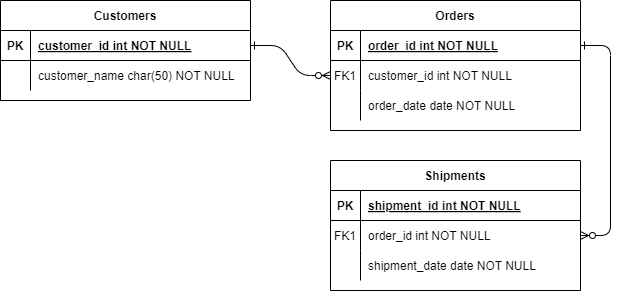
Before: Milestone2/Diagrams/pngs/ERD.drawio.png, a diagram exported from draw.io (SENG-350-2024-fall/Team5). Source tidied: cells renumbered, new cells last; positions are measured from the earlier drawing's top-left corner, leaving out a move shared by most shapes.
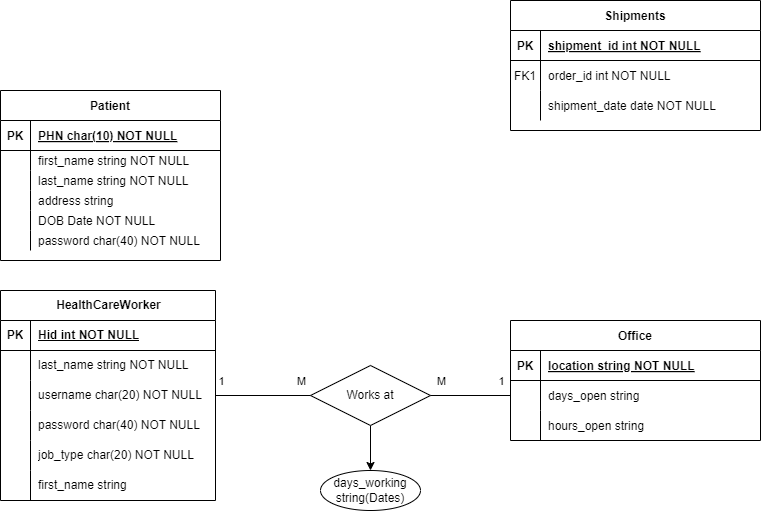
The same file after the commit.

Diff of the diagram source:
```diff
@@ -2,14 +2,8 @@
   <root>
     <mxCell id="0" />
     <mxCell id="1" parent="0" />
-    <mxCell id="2" style="edgeStyle=entityRelationEdgeStyle;endArrow=ERzeroToMany;startArrow=ERone;endFill=1;startFill=0;" parent="1" edge="1" source="25" target="8">
-      <mxGeometry relative="1" as="geometry" />
-    </mxCell>
-    <mxCell id="3" style="edgeStyle=entityRelationEdgeStyle;endArrow=ERzeroToMany;startArrow=ERone;endFill=1;startFill=0;" parent="1" edge="1" source="5" target="18">
-      <mxGeometry relative="1" as="geometry" />
-    </mxCell>
-    <mxCell id="4" value="Orders" style="shape=table;startSize=30;rowLines=0;fontStyle=1;align=center;" parent="1" vertex="1">
-      <mxGeometry x="330" width="250" height="130" as="geometry" />
+    <mxCell id="4" value="Office" style="shape=table;startSize=30;rowLines=0;fontStyle=1;align=center;" parent="1" vertex="1">
+      <mxGeometry x="420" y="140" width="250" height="120" as="geometry" />
     </mxCell>
     <mxCell id="5" style="shape=partialRectangle;fillColor=none;points=[[0,0.5],[1,0.5]];portConstraint=eastwest;top=0;left=0;right=0;bottom=1;" parent="4" vertex="1">
       <mxGeometry y="30" width="250" height="30" as="geometry" />
@@ -17,16 +11,16 @@
     <mxCell id="6" value="PK" style="shape=partialRectangle;overflow=hidden;fillColor=none;top=0;left=0;bottom=0;right=0;fontStyle=1;" parent="5" vertex="1">
       <mxGeometry width="30" height="30" as="geometry" />
     </mxCell>
-    <mxCell id="7" value="order_id int NOT NULL " style="shape=partialRectangle;overflow=hidden;fillColor=none;top=0;left=0;bottom=0;right=0;align=left;spacingLeft=6;fontStyle=5;" parent="5" vertex="1">
+    <mxCell id="7" value="location string NOT NULL" style="shape=partialRectangle;overflow=hidden;fillColor=none;top=0;left=0;bottom=0;right=0;align=left;spacingLeft=6;fontStyle=5;" parent="5" vertex="1">
       <mxGeometry x="30" width="220" height="30" as="geometry" />
     </mxCell>
     <mxCell id="8" style="shape=partialRectangle;fillColor=none;points=[[0,0.5],[1,0.5]];portConstraint=eastwest;top=0;left=0;right=0;bottom=0;" parent="4" vertex="1">
       <mxGeometry y="60" width="250" height="30" as="geometry" />
     </mxCell>
-    <mxCell id="9" value="FK1" style="shape=partialRectangle;overflow=hidden;fillColor=none;top=0;left=0;bottom=0;right=0;" parent="8" vertex="1">
+    <mxCell id="9" style="shape=partialRectangle;overflow=hidden;fillColor=none;top=0;left=0;bottom=0;right=0;" parent="8" vertex="1">
       <mxGeometry width="30" height="30" as="geometry" />
     </mxCell>
-    <mxCell id="10" value="customer_id int NOT NULL" style="shape=partialRectangle;overflow=hidden;fillColor=none;top=0;left=0;bottom=0;right=0;align=left;spacingLeft=6;" parent="8" vertex="1">
+    <mxCell id="10" value="days_open string" style="shape=partialRectangle;overflow=hidden;fillColor=none;top=0;left=0;bottom=0;right=0;align=left;spacingLeft=6;" parent="8" vertex="1">
       <mxGeometry x="30" width="220" height="30" as="geometry" />
     </mxCell>
     <mxCell id="11" style="shape=partialRectangle;fillColor=none;top=0;left=0;right=0;bottom=0;" parent="4" vertex="1">
@@ -35,11 +29,11 @@
     <mxCell id="12" style="shape=partialRectangle;overflow=hidden;fillColor=none;top=0;left=0;bottom=0;right=0;" parent="11" vertex="1">
       <mxGeometry width="30" height="30" as="geometry" />
     </mxCell>
-    <mxCell id="13" value="order_date date NOT NULL" style="shape=partialRectangle;overflow=hidden;fillColor=none;top=0;left=0;bottom=0;right=0;align=left;spacingLeft=6;" parent="11" vertex="1">
-      <mxGeometry x="30" width="220" height="30" as="geometry" />
-    </mxCell>
+    <mxCell id="31" value="hours_open string" style="shape=partialRectangle;overflow=hidden;fillColor=none;top=0;left=0;bottom=0;right=0;align=left;spacingLeft=6;" parent="11" vertex="1">
+      <mxGeometry x="30" width="220" height="30" as="geometry" />
+    </mxCell>
     <mxCell id="14" value="Shipments" style="shape=table;startSize=30;rowLines=0;fontStyle=1;align=center;" parent="1" vertex="1">
-      <mxGeometry x="330" y="160" width="250" height="130" as="geometry" />
+      <mxGeometry x="420" y="-180" width="250" height="130" as="geometry" />
     </mxCell>
     <mxCell id="15" style="shape=partialRectangle;fillColor=none;top=0;left=0;right=0;bottom=1;" parent="14" vertex="1">
       <mxGeometry y="30" width="250" height="30" as="geometry" />
@@ -68,26 +62,154 @@
     <mxCell id="23" value="shipment_date date NOT NULL" style="shape=partialRectangle;overflow=hidden;fillColor=none;top=0;left=0;bottom=0;right=0;align=left;spacingLeft=6;" parent="21" vertex="1">
       <mxGeometry x="30" width="220" height="30" as="geometry" />
     </mxCell>
-    <mxCell id="24" value="Customers" style="shape=table;startSize=30;rowLines=0;fontStyle=1;align=center;" parent="1" vertex="1">
-      <mxGeometry width="250" height="100" as="geometry" />
+    <mxCell id="24" value="Patient" style="shape=table;startSize=30;rowLines=0;fontStyle=1;align=center;" parent="1" vertex="1">
+      <mxGeometry x="-90" y="-90" width="220" height="170" as="geometry" />
     </mxCell>
     <mxCell id="25" style="shape=partialRectangle;fillColor=none;points=[[0,0.5],[1,0.5]];portConstraint=eastwest;top=0;left=0;right=0;bottom=1;" parent="24" vertex="1">
-      <mxGeometry y="30" width="250" height="30" as="geometry" />
+      <mxGeometry y="30" width="220" height="30" as="geometry" />
     </mxCell>
     <mxCell id="26" value="PK" style="shape=partialRectangle;overflow=hidden;fillColor=none;top=0;left=0;bottom=0;right=0;fontStyle=1;" parent="25" vertex="1">
       <mxGeometry width="30" height="30" as="geometry" />
     </mxCell>
-    <mxCell id="27" value="customer_id int NOT NULL " style="shape=partialRectangle;overflow=hidden;fillColor=none;top=0;left=0;bottom=0;right=0;align=left;spacingLeft=6;fontStyle=5;" parent="25" vertex="1">
-      <mxGeometry x="30" width="220" height="30" as="geometry" />
+    <mxCell id="27" value="PHN char(10) NOT NULL" style="shape=partialRectangle;overflow=hidden;fillColor=none;top=0;left=0;bottom=0;right=0;align=left;spacingLeft=6;fontStyle=5;" parent="25" vertex="1">
+      <mxGeometry x="30" width="190" height="30" as="geometry" />
     </mxCell>
     <mxCell id="28" style="shape=partialRectangle;fillColor=none;top=0;left=0;right=0;bottom=0;" parent="24" vertex="1">
-      <mxGeometry y="60" width="250" height="30" as="geometry" />
+      <mxGeometry y="60" width="220" height="20" as="geometry" />
     </mxCell>
     <mxCell id="29" style="shape=partialRectangle;overflow=hidden;fillColor=none;top=0;left=0;bottom=0;right=0;" parent="28" vertex="1">
-      <mxGeometry width="30" height="30" as="geometry" />
+      <mxGeometry width="30" height="20" as="geometry" />
     </mxCell>
-    <mxCell id="30" value="customer_name char(50) NOT NULL" style="shape=partialRectangle;overflow=hidden;fillColor=none;top=0;left=0;bottom=0;right=0;align=left;spacingLeft=6;" parent="28" vertex="1">
-      <mxGeometry x="30" width="220" height="30" as="geometry" />
+    <mxCell id="30" value="first_name string NOT NULL" style="shape=partialRectangle;overflow=hidden;fillColor=none;top=0;left=0;bottom=0;right=0;align=left;spacingLeft=6;" parent="28" vertex="1">
+      <mxGeometry x="30" width="190" height="20" as="geometry" />
     </mxCell>
+    <mxCell id="32" style="shape=partialRectangle;fillColor=none;top=0;left=0;right=0;bottom=0;" parent="24" vertex="1">
+      <mxGeometry y="80" width="220" height="20" as="geometry" />
+    </mxCell>
+    <mxCell id="33" style="shape=partialRectangle;overflow=hidden;fillColor=none;top=0;left=0;bottom=0;right=0;" parent="32" vertex="1">
+      <mxGeometry width="30" height="20" as="geometry" />
+    </mxCell>
+    <mxCell id="34" value="last_name string NOT NULL" style="shape=partialRectangle;overflow=hidden;fillColor=none;top=0;left=0;bottom=0;right=0;align=left;spacingLeft=6;" parent="32" vertex="1">
+      <mxGeometry x="30" width="190" height="20" as="geometry" />
+    </mxCell>
+    <mxCell id="35" style="shape=partialRectangle;fillColor=none;top=0;left=0;right=0;bottom=0;" parent="24" vertex="1">
+      <mxGeometry y="100" width="220" height="20" as="geometry" />
+    </mxCell>
+    <mxCell id="36" style="shape=partialRectangle;overflow=hidden;fillColor=none;top=0;left=0;bottom=0;right=0;" parent="35" vertex="1">
+      <mxGeometry width="30" height="20" as="geometry" />
+    </mxCell>
+    <mxCell id="37" value="address string " style="shape=partialRectangle;overflow=hidden;fillColor=none;top=0;left=0;bottom=0;right=0;align=left;spacingLeft=6;" parent="35" vertex="1">
+      <mxGeometry x="30" width="190" height="20" as="geometry" />
+    </mxCell>
+    <mxCell id="38" style="shape=partialRectangle;fillColor=none;top=0;left=0;right=0;bottom=0;" parent="24" vertex="1">
+      <mxGeometry y="120" width="220" height="20" as="geometry" />
+    </mxCell>
+    <mxCell id="39" style="shape=partialRectangle;overflow=hidden;fillColor=none;top=0;left=0;bottom=0;right=0;" parent="38" vertex="1">
+      <mxGeometry width="30" height="20" as="geometry" />
+    </mxCell>
+    <mxCell id="40" value="DOB Date NOT NULL" style="shape=partialRectangle;overflow=hidden;fillColor=none;top=0;left=0;bottom=0;right=0;align=left;spacingLeft=6;" parent="38" vertex="1">
+      <mxGeometry x="30" width="190" height="20" as="geometry" />
+    </mxCell>
+    <mxCell id="41" style="shape=partialRectangle;fillColor=none;top=0;left=0;right=0;bottom=0;" parent="24" vertex="1">
+      <mxGeometry y="140" width="220" height="20" as="geometry" />
+    </mxCell>
+    <mxCell id="42" style="shape=partialRectangle;overflow=hidden;fillColor=none;top=0;left=0;bottom=0;right=0;" parent="41" vertex="1">
+      <mxGeometry width="30" height="20" as="geometry" />
+    </mxCell>
+    <mxCell id="43" value="password char(40) NOT NULL" style="shape=partialRectangle;overflow=hidden;fillColor=none;top=0;left=0;bottom=0;right=0;align=left;spacingLeft=6;" parent="41" vertex="1">
+      <mxGeometry x="30" width="190" height="20" as="geometry" />
+    </mxCell>
+    <mxCell id="44" value="HealthCareWorker" style="shape=table;startSize=30;rowLines=0;fontStyle=1;align=center;html=1;" parent="1" vertex="1">
+      <mxGeometry x="-90" y="110" width="215" height="210" as="geometry" />
+    </mxCell>
+    <mxCell id="45" style="shape=tableRow;horizontal=0;startSize=0;swimlaneHead=0;swimlaneBody=0;fillColor=none;top=0;left=0;right=0;bottom=1;" parent="44" vertex="1">
+      <mxGeometry y="30" width="215" height="30" as="geometry" />
+    </mxCell>
+    <mxCell id="46" value="PK" style="shape=partialRectangle;fillColor=none;top=0;left=0;bottom=0;right=0;fontStyle=1;overflow=hidden;whiteSpace=wrap;html=1;" parent="45" vertex="1">
+      <mxGeometry width="30" height="30" as="geometry" />
+    </mxCell>
+    <mxCell id="47" value="Hid int NOT NULL" style="shape=partialRectangle;fillColor=none;top=0;left=0;bottom=0;right=0;align=left;spacingLeft=6;fontStyle=5;overflow=hidden;whiteSpace=wrap;html=1;" parent="45" vertex="1">
+      <mxGeometry x="30" width="185" height="30" as="geometry" />
+    </mxCell>
+    <mxCell id="48" style="shape=tableRow;horizontal=0;startSize=0;swimlaneHead=0;swimlaneBody=0;fillColor=none;top=0;left=0;right=0;bottom=0;" parent="44" vertex="1">
+      <mxGeometry y="60" width="215" height="30" as="geometry" />
+    </mxCell>
+    <mxCell id="49" style="shape=partialRectangle;fillColor=none;top=0;left=0;bottom=0;right=0;overflow=hidden;whiteSpace=wrap;html=1;" parent="48" vertex="1">
+      <mxGeometry width="30" height="30" as="geometry" />
+    </mxCell>
+    <mxCell id="50" value="last_name string NOT NULL" style="shape=partialRectangle;fillColor=none;top=0;left=0;bottom=0;right=0;align=left;spacingLeft=6;overflow=hidden;whiteSpace=wrap;html=1;" parent="48" vertex="1">
+      <mxGeometry x="30" width="185" height="30" as="geometry" />
+    </mxCell>
+    <mxCell id="51" style="shape=tableRow;horizontal=0;startSize=0;swimlaneHead=0;swimlaneBody=0;fillColor=none;points=[[0,0.5],[1,0.5]];portConstraint=eastwest;top=0;left=0;right=0;bottom=0;" parent="44" vertex="1">
+      <mxGeometry y="90" width="215" height="30" as="geometry" />
+    </mxCell>
+    <mxCell id="52" style="shape=partialRectangle;fillColor=none;top=0;left=0;bottom=0;right=0;overflow=hidden;whiteSpace=wrap;html=1;" parent="51" vertex="1">
+      <mxGeometry width="30" height="30" as="geometry" />
+    </mxCell>
+    <mxCell id="53" value="username char(20) NOT NULL" style="shape=partialRectangle;fillColor=none;top=0;left=0;bottom=0;right=0;align=left;spacingLeft=6;overflow=hidden;whiteSpace=wrap;html=1;" parent="51" vertex="1">
+      <mxGeometry x="30" width="185" height="30" as="geometry" />
+    </mxCell>
+    <mxCell id="54" style="shape=tableRow;horizontal=0;startSize=0;swimlaneHead=0;swimlaneBody=0;fillColor=none;top=0;left=0;right=0;bottom=0;" parent="44" vertex="1">
+      <mxGeometry y="120" width="215" height="30" as="geometry" />
+    </mxCell>
+    <mxCell id="55" style="shape=partialRectangle;fillColor=none;top=0;left=0;bottom=0;right=0;overflow=hidden;whiteSpace=wrap;html=1;" parent="54" vertex="1">
+      <mxGeometry width="30" height="30" as="geometry" />
+    </mxCell>
+    <mxCell id="56" value="password char(40) NOT NULL" style="shape=partialRectangle;fillColor=none;top=0;left=0;bottom=0;right=0;align=left;spacingLeft=6;overflow=hidden;whiteSpace=wrap;html=1;" parent="54" vertex="1">
+      <mxGeometry x="30" width="185" height="30" as="geometry" />
+    </mxCell>
+    <mxCell id="57" style="shape=tableRow;horizontal=0;startSize=0;swimlaneHead=0;swimlaneBody=0;fillColor=none;top=0;left=0;right=0;bottom=0;" parent="44" vertex="1">
+      <mxGeometry y="150" width="215" height="30" as="geometry" />
+    </mxCell>
+    <mxCell id="58" style="shape=partialRectangle;fillColor=none;top=0;left=0;bottom=0;right=0;overflow=hidden;whiteSpace=wrap;html=1;" parent="57" vertex="1">
+      <mxGeometry width="30" height="30" as="geometry" />
+    </mxCell>
+    <mxCell id="59" value="job_type char(20) NOT NULL" style="shape=partialRectangle;fillColor=none;top=0;left=0;bottom=0;right=0;align=left;spacingLeft=6;overflow=hidden;whiteSpace=wrap;html=1;" parent="57" vertex="1">
+      <mxGeometry x="30" width="185" height="30" as="geometry" />
+    </mxCell>
+    <mxCell id="60" style="shape=tableRow;horizontal=0;startSize=0;swimlaneHead=0;swimlaneBody=0;fillColor=none;top=0;left=0;right=0;bottom=0;" parent="44" vertex="1">
+      <mxGeometry y="180" width="215" height="30" as="geometry" />
+    </mxCell>
+    <mxCell id="61" style="shape=partialRectangle;fillColor=none;top=0;left=0;bottom=0;right=0;overflow=hidden;whiteSpace=wrap;html=1;" parent="60" vertex="1">
+      <mxGeometry width="30" height="30" as="geometry" />
+    </mxCell>
+    <mxCell id="62" value="first_name string&amp;nbsp;" style="shape=partialRectangle;fillColor=none;top=0;left=0;bottom=0;right=0;align=left;spacingLeft=6;overflow=hidden;whiteSpace=wrap;html=1;" parent="60" vertex="1">
+      <mxGeometry x="30" width="185" height="30" as="geometry" />
+    </mxCell>
+    <mxCell id="63" style="edgeStyle=orthogonalEdgeStyle;rounded=0;jettySize=auto;html=1;" parent="1" edge="1" source="64" target="65">
+      <mxGeometry relative="1" as="geometry" />
+    </mxCell>
+    <mxCell id="64" value="Works at" style="shape=rhombus;perimeter=rhombusPerimeter;whiteSpace=wrap;html=1;align=center;" parent="1" vertex="1">
+      <mxGeometry x="220" y="185" width="120" height="60" as="geometry" />
+    </mxCell>
+    <mxCell id="65" value="days_working string(Dates)" style="ellipse;whiteSpace=wrap;html=1;align=center;" parent="1" vertex="1">
+      <mxGeometry x="230" y="290" width="100" height="40" as="geometry" />
+    </mxCell>
+    <mxCell id="66" style="endArrow=none;html=1;rounded=0;exitX=1;exitY=0.5;exitDx=0;exitDy=0;entryX=0;entryY=0.5;entryDx=0;entryDy=0;" parent="1" edge="1" source="51" target="64">
+      <mxGeometry relative="1" as="geometry" />
+    </mxCell>
+    <mxCell id="67" value="1" style="edgeLabel;html=1;align=center;verticalAlign=middle;" parent="66" vertex="1">
+      <mxGeometry x="-0.64" relative="1" as="geometry">
+        <mxPoint x="-12" y="-15" as="offset" />
+      </mxGeometry>
+    </mxCell>
+    <mxCell id="68" value="M" style="edgeLabel;html=1;align=center;verticalAlign=middle;" parent="66" vertex="1">
+      <mxGeometry x="0.73" y="2" relative="1" as="geometry">
+        <mxPoint x="3" y="-13" as="offset" />
+      </mxGeometry>
+    </mxCell>
+    <mxCell id="69" style="endArrow=none;html=1;rounded=0;entryX=0;entryY=0.5;entryDx=0;entryDy=0;exitX=1;exitY=0.5;exitDx=0;exitDy=0;" parent="1" edge="1" source="64" target="8">
+      <mxGeometry relative="1" as="geometry" />
+    </mxCell>
+    <mxCell id="70" value="M" style="edgeLabel;html=1;align=center;verticalAlign=middle;" parent="69" vertex="1">
+      <mxGeometry x="-0.5" relative="1" as="geometry">
+        <mxPoint x="-10" y="-15" as="offset" />
+      </mxGeometry>
+    </mxCell>
+    <mxCell id="71" value="1" style="edgeLabel;html=1;align=center;verticalAlign=middle;" parent="69" vertex="1">
+      <mxGeometry x="0.45" relative="1" as="geometry">
+        <mxPoint x="12" y="-15" as="offset" />
+      </mxGeometry>
+    </mxCell>
   </root>
 </mxGraphModel>
```
